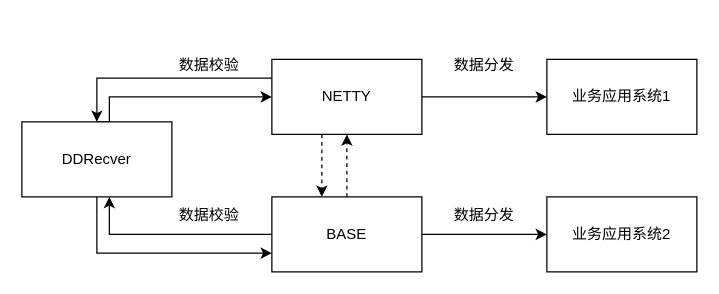
The draw.io diagram page "Page-1" (1 of 4) of Untitled Diagram.drawio in VilaNan/tsxxx.github.io, before the edit. Source tidied: cells renumbered, new cells numbered last; positions are measured from the earlier drawing's top-left corner, leaving out a move shared by most shapes. Both pictures are drawn from the tidied source at 125%, with x=0, y=0 at pixel (21, 46).
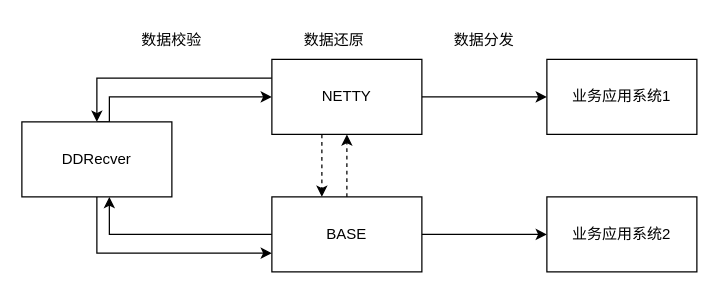
The same page after the edit.

Change to the diagram source:
```diff
@@
-    <mxCell id="15" value="数据分发" style="text;html=1;strokeColor=none;fillColor=none;align=center;verticalAlign=middle;whiteSpace=wrap;rounded=0;" parent="1" vertex="1">
-      <mxGeometry x="340" width="60" height="30" as="geometry" />
+    <mxCell id="15" value="数据还原" style="text;html=1;strokeColor=none;fillColor=none;align=center;verticalAlign=middle;whiteSpace=wrap;rounded=0;" parent="1" vertex="1">
+      <mxGeometry x="220" y="-20" width="60" height="30" as="geometry" />
     </mxCell>
     <mxCell id="16" value="数据分发" style="text;html=1;strokeColor=none;fillColor=none;align=center;verticalAlign=middle;whiteSpace=wrap;rounded=0;" parent="1" vertex="1">
-      <mxGeometry x="340" y="120" width="60" height="30" as="geometry" />
+      <mxGeometry x="340" y="-20" width="60" height="30" as="geometry" />
     </mxCell>
     <mxCell id="17" value="数据校验" style="text;html=1;strokeColor=none;fillColor=none;align=center;verticalAlign=middle;whiteSpace=wrap;rounded=0;" parent="1" vertex="1">
-      <mxGeometry x="120" width="60" height="30" as="geometry" />
+      <mxGeometry x="90" y="-20" width="60" height="30" as="geometry" />
     </mxCell>
-    <mxCell id="18" value="数据校验" style="text;html=1;strokeColor=none;fillColor=none;align=center;verticalAlign=middle;whiteSpace=wrap;rounded=0;" parent="1" vertex="1">
-      <mxGeometry x="120" y="120" width="60" height="30" as="geometry" />
-    </mxCell>
```
